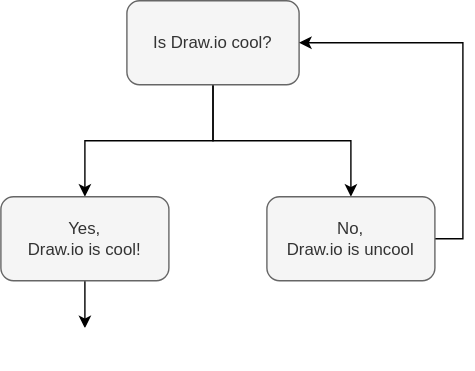
Above: examples/Example.dio.svg in hediet/vscode-drawio (draw.io), before the change. Source tidied: cells renumbered, new cells last; positions are measured from the earlier drawing's top-left corner, leaving out a move shared by most shapes.
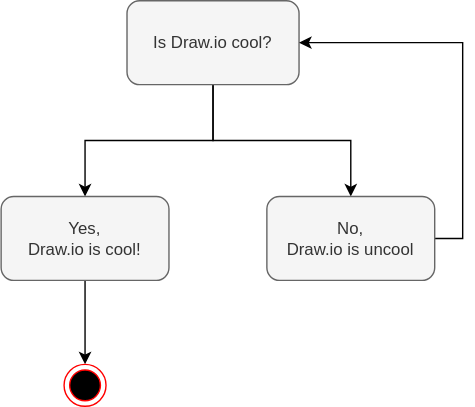
After the commit.

Diff of the diagram source:
```diff
@@ -11,7 +11,7 @@
     <mxCell id="4" value="Is Draw.io cool?" style="rounded=1;whiteSpace=wrap;html=1;fillColor=#f5f5f5;strokeColor=#666666;fontColor=#333333;" parent="1" vertex="1">
       <mxGeometry x="90" width="123" height="60" as="geometry" />
     </mxCell>
-    <mxCell id="5" style="edgeStyle=orthogonalEdgeStyle;rounded=0;jettySize=auto;html=1;exitX=0.5;exitY=1;exitDx=0;exitDy=0;" parent="1" edge="1" source="6" target="9">
+    <mxCell id="5" style="edgeStyle=orthogonalEdgeStyle;rounded=0;jettySize=auto;html=1;exitX=0.5;exitY=1;exitDx=0;exitDy=0;" parent="1" edge="1" source="6" target="10">
       <mxGeometry relative="1" as="geometry" />
     </mxCell>
     <mxCell id="6" value="Yes,&lt;br&gt;Draw.io is cool!" style="rounded=1;whiteSpace=wrap;html=1;fillColor=#f5f5f5;strokeColor=#666666;fontColor=#333333;" parent="1" vertex="1">
@@ -23,8 +23,8 @@
     <mxCell id="8" value="No,&lt;br&gt;Draw.io is uncool" style="rounded=1;whiteSpace=wrap;html=1;fillColor=#f5f5f5;strokeColor=#666666;fontColor=#333333;" parent="1" vertex="1">
       <mxGeometry x="190" y="140" width="120" height="60" as="geometry" />
     </mxCell>
-    <mxCell id="9" style="ellipse;html=1;shape=endState;fillColor=#FFFFFF;strokeColor=#FFFFFF;" parent="1" vertex="1">
-      <mxGeometry x="45" y="234" width="30" height="30" as="geometry" />
-    </mxCell>
+    <mxCell id="10" style="ellipse;html=1;shape=endState;fillColor=#000000;strokeColor=#ff0000;" parent="1" vertex="1">
+      <mxGeometry x="45" y="260" width="30" height="30" as="geometry" />
+    </mxCell>
   </root>
 </mxGraphModel>
```
